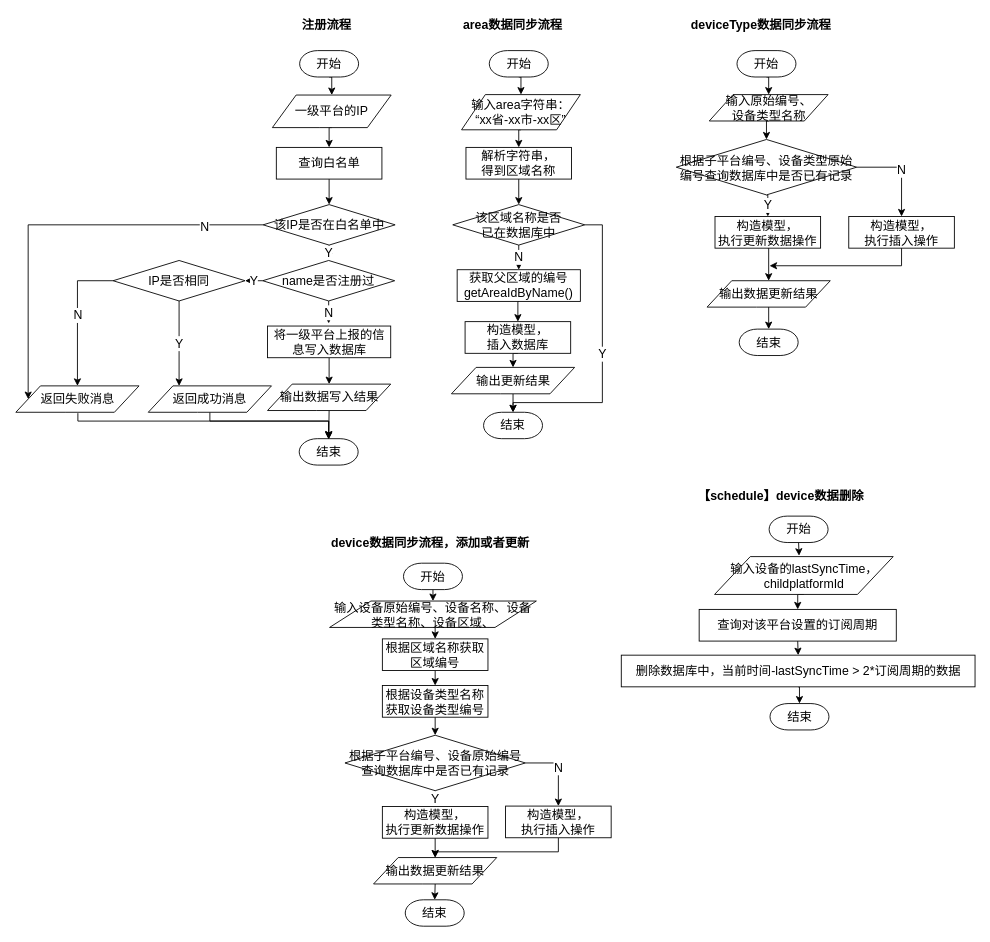
waterwatermelon/graph keeps this draw.io diagram as IOTManage/flow-access.drawio. Above is the earlier version. Source tidied: cells renumbered, new cells numbered last; positions are measured from the earlier drawing's top-left corner, leaving out a move shared by most shapes. Both pictures are drawn from the tidied source at 88%, with x=0, y=0 at pixel (16, 15).
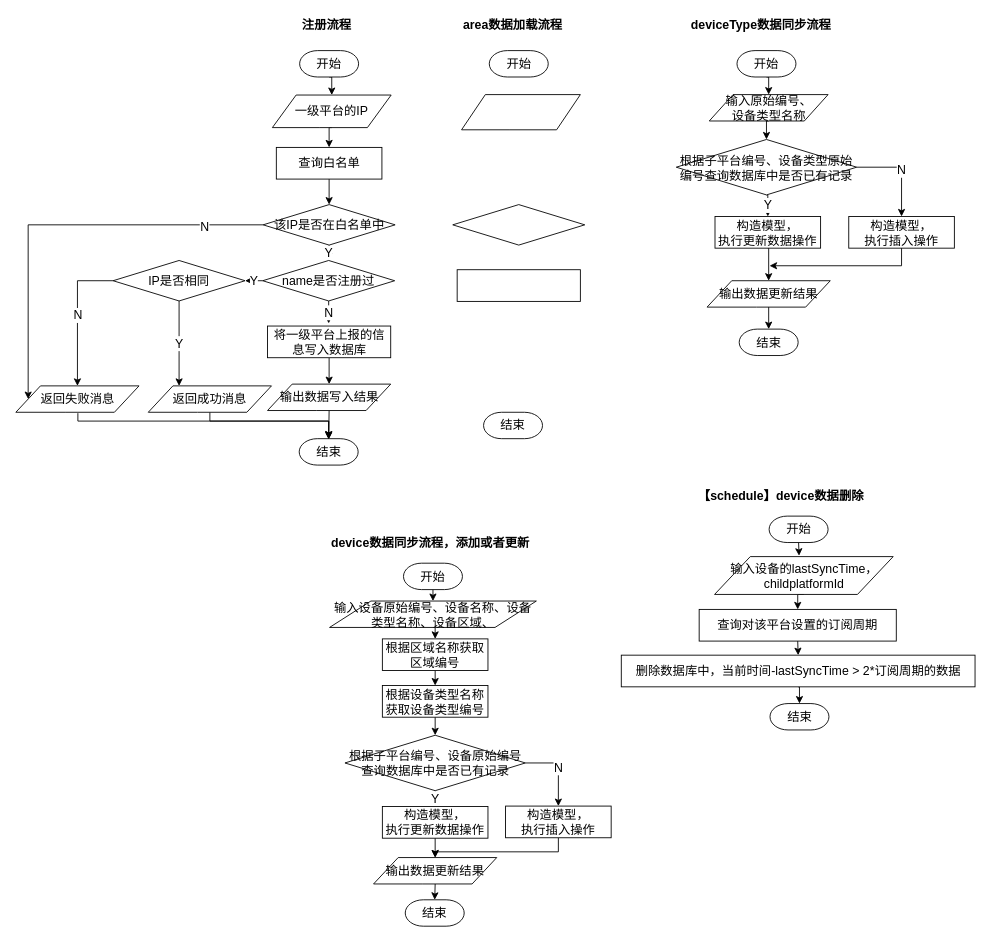
The same diagram, later.

The change refers to these unchanged cells:
```xml
<mxCell id="8" value="开始" style="strokeWidth=1;html=1;shape=mxgraph.flowchart.terminator;whiteSpace=wrap;rounded=1;comic=0;fontSize=14;" parent="1" vertex="1">
  <mxGeometry x="537.5" y="40" width="67" height="30" as="geometry" />
</mxCell>
<mxCell id="9" value="结束" style="strokeWidth=1;html=1;shape=mxgraph.flowchart.terminator;whiteSpace=wrap;rounded=1;comic=0;fontSize=14;" parent="1" vertex="1">
  <mxGeometry x="531" y="451" width="67" height="30" as="geometry" />
</mxCell>
```

What changed in the source:
```diff
@@
-    <mxCell id="2" style="edgeStyle=orthogonalEdgeStyle;rounded=0;jettySize=auto;html=1;exitX=0.5;exitY=1;exitDx=0;exitDy=0;entryX=0.5;entryY=0;entryDx=0;entryDy=0;fontSize=14;" parent="1" edge="1" source="3" target="12">
-      <mxGeometry relative="1" as="geometry" />
-    </mxCell>
-    <mxCell id="3" value="输入area字符串：&lt;br style=&quot;font-size: 14px;&quot;&gt;“xx省-xx市-xx区”" style="shape=parallelogram;perimeter=parallelogramPerimeter;whiteSpace=wrap;html=1;rounded=1;comic=0;arcSize=0;fontSize=14;" parent="1" vertex="1">
+    <mxCell id="3" style="shape=parallelogram;perimeter=parallelogramPerimeter;whiteSpace=wrap;html=1;rounded=1;comic=0;arcSize=0;fontSize=14;" parent="1" vertex="1">
       <mxGeometry x="506" y="90" width="135" height="40" as="geometry" />
     </mxCell>
-    <mxCell id="4" value="N&lt;br style=&quot;font-size: 14px;&quot;&gt;" style="edgeStyle=orthogonalEdgeStyle;rounded=0;jettySize=auto;html=1;exitX=0.5;exitY=1;exitDx=0;exitDy=0;exitPerimeter=0;fontSize=14;" parent="1" edge="1" source="6" target="16">
-      <mxGeometry relative="1" as="geometry" />
-    </mxCell>
-    <mxCell id="5" value="&lt;font style=&quot;font-size: 14px&quot;&gt;Y&lt;/font&gt;" style="edgeStyle=orthogonalEdgeStyle;rounded=0;jettySize=auto;html=1;exitX=1;exitY=0.5;exitDx=0;exitDy=0;exitPerimeter=0;entryX=0.5;entryY=0;entryDx=0;entryDy=0;entryPerimeter=0;fontSize=14;" parent="1" edge="1" source="6" target="9">
-      <mxGeometry relative="1" as="geometry">
-        <Array as="points">
-          <mxPoint x="666" y="238" />
-          <mxPoint x="666" y="440" />
-          <mxPoint x="565" y="440" />
-        </Array>
-      </mxGeometry>
-    </mxCell>
-    <mxCell id="6" value="该区域名称是否&lt;br style=&quot;font-size: 14px;&quot;&gt;已在数据库中" style="strokeWidth=1;html=1;shape=mxgraph.flowchart.decision;whiteSpace=wrap;rounded=1;comic=0;fontSize=14;spacing=2;" parent="1" vertex="1">
+    <mxCell id="6" style="strokeWidth=1;html=1;shape=mxgraph.flowchart.decision;whiteSpace=wrap;rounded=1;comic=0;fontSize=14;spacing=2;" parent="1" vertex="1">
       <mxGeometry x="496" y="215" width="150" height="46" as="geometry" />
     </mxCell>
-    <mxCell id="7" style="edgeStyle=orthogonalEdgeStyle;rounded=0;jettySize=auto;html=1;exitX=0.5;exitY=1;exitDx=0;exitDy=0;exitPerimeter=0;entryX=0.5;entryY=0;entryDx=0;entryDy=0;fontSize=14;" parent="1" edge="1" source="8" target="3">
-      <mxGeometry relative="1" as="geometry" />
-    </mxCell>
@@
-    <mxCell id="10" value="&lt;font style=&quot;font-size: 14px;&quot;&gt;area数据同步流程&lt;br style=&quot;font-size: 14px;&quot;&gt;&lt;br style=&quot;font-size: 14px;&quot;&gt;&lt;/font&gt;" style="text;html=1;align=left;verticalAlign=top;spacingTop=-4;fontSize=14;fontStyle=1;" parent="1" vertex="1">
-      <mxGeometry x="506" width="140" height="30" as="geometry" />
+    <mxCell id="10" value="&lt;font style=&quot;font-size: 14px&quot;&gt;area数据加载流程&lt;br style=&quot;font-size: 14px&quot;&gt;&lt;br style=&quot;font-size: 14px&quot;&gt;&lt;/font&gt;" style="text;html=1;align=left;verticalAlign=top;spacingTop=-4;fontSize=14;fontStyle=1;" parent="1" vertex="1">
+      <mxGeometry x="506" width="130" height="40" as="geometry" />
     </mxCell>
-    <mxCell id="11" style="edgeStyle=orthogonalEdgeStyle;rounded=0;jettySize=auto;html=1;exitX=0.5;exitY=1;exitDx=0;exitDy=0;entryX=0.5;entryY=0;entryDx=0;entryDy=0;entryPerimeter=0;fontSize=14;" parent="1" edge="1" source="12" target="6">
-      <mxGeometry relative="1" as="geometry" />
-    </mxCell>
-    <mxCell id="12" value="&lt;font style=&quot;font-size: 14px&quot;&gt;解析字符串，&lt;br style=&quot;font-size: 14px;&quot;&gt;得到区域名称&lt;br style=&quot;font-size: 14px;&quot;&gt;&lt;/font&gt;" style="rounded=0;whiteSpace=wrap;html=1;fontSize=14;" parent="1" vertex="1">
-      <mxGeometry x="511" y="150" width="120" height="36" as="geometry" />
-    </mxCell>
-    <mxCell id="13" style="edgeStyle=orthogonalEdgeStyle;rounded=0;jettySize=auto;html=1;exitX=0.5;exitY=1;exitDx=0;exitDy=0;entryX=0.5;entryY=0;entryDx=0;entryDy=0;fontSize=14;" parent="1" edge="1" source="14" target="18">
-      <mxGeometry relative="1" as="geometry" />
-    </mxCell>
-    <mxCell id="14" value="&lt;span style=&quot;font-size: 14px&quot;&gt;构造模型，&lt;br style=&quot;font-size: 14px;&quot;&gt;插入数据库&lt;/span&gt;" style="rounded=0;whiteSpace=wrap;html=1;fontSize=14;" parent="1" vertex="1">
-      <mxGeometry x="510" y="348" width="120" height="36" as="geometry" />
-    </mxCell>
-    <mxCell id="15" style="edgeStyle=orthogonalEdgeStyle;rounded=0;jettySize=auto;html=1;exitX=0.5;exitY=1;exitDx=0;exitDy=0;entryX=0.5;entryY=0;entryDx=0;entryDy=0;fontSize=14;" parent="1" edge="1" source="16" target="14">
-      <mxGeometry relative="1" as="geometry" />
-    </mxCell>
-    <mxCell id="16" value="&lt;span style=&quot;font-size: 14px&quot;&gt;获取父区域的编号&lt;br style=&quot;font-size: 14px;&quot;&gt;getAreaIdByName()&lt;br style=&quot;font-size: 14px;&quot;&gt;&lt;/span&gt;" style="rounded=0;whiteSpace=wrap;html=1;fontSize=14;" parent="1" vertex="1">
+    <mxCell id="16" value="&lt;span style=&quot;font-size: 14px&quot;&gt;&lt;br style=&quot;font-size: 14px&quot;&gt;&lt;/span&gt;" style="rounded=0;whiteSpace=wrap;html=1;fontSize=14;" parent="1" vertex="1">
       <mxGeometry x="501" y="289" width="140" height="36" as="geometry" />
     </mxCell>
-    <mxCell id="17" style="edgeStyle=orthogonalEdgeStyle;rounded=0;jettySize=auto;html=1;exitX=0.5;exitY=1;exitDx=0;exitDy=0;entryX=0.5;entryY=0;entryDx=0;entryDy=0;entryPerimeter=0;fontSize=14;" parent="1" edge="1" source="18" target="9">
-      <mxGeometry relative="1" as="geometry">
-        <Array as="points">
-          <mxPoint x="565" y="450" />
-          <mxPoint x="565" y="450" />
-        </Array>
-      </mxGeometry>
-    </mxCell>
-    <mxCell id="18" value="输出更新结果" style="shape=parallelogram;perimeter=parallelogramPerimeter;whiteSpace=wrap;html=1;rounded=1;comic=0;arcSize=0;fontSize=14;" parent="1" vertex="1">
-      <mxGeometry x="494.5" y="400" width="140" height="30" as="geometry" />
-    </mxCell>
```
